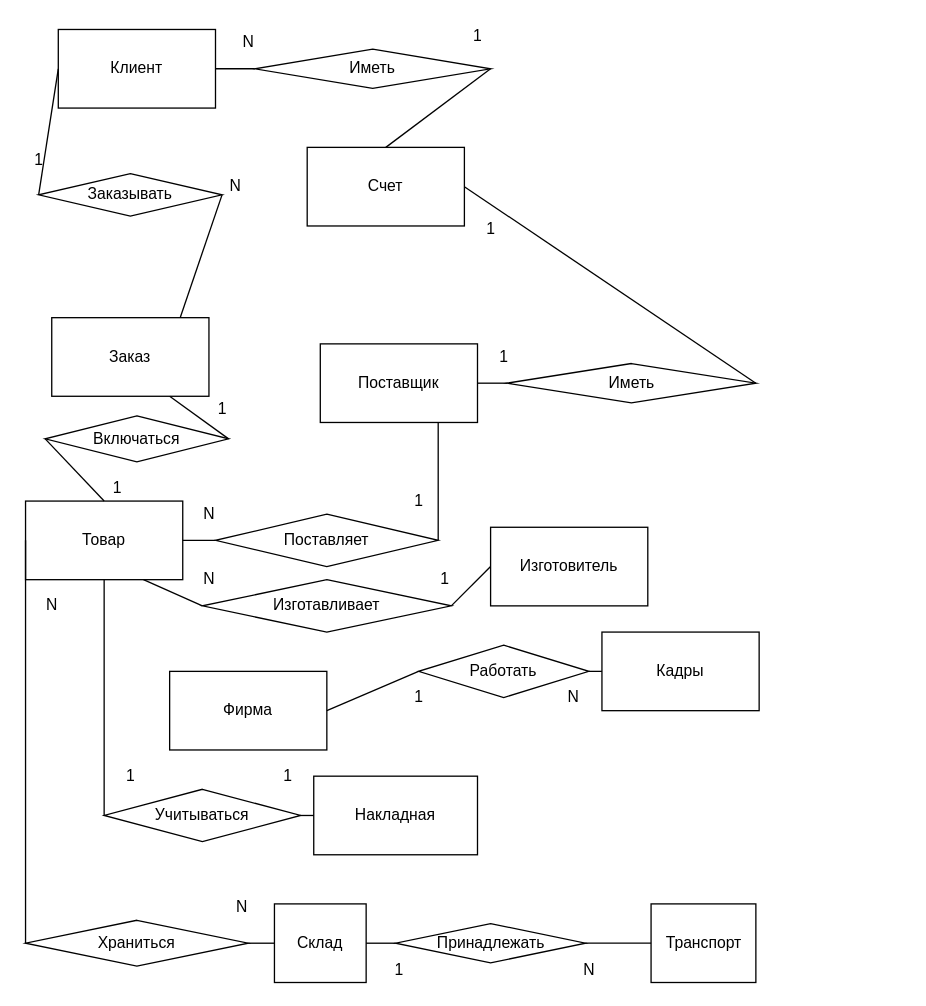
stanislaumich/1- keeps this draw.io diagram as Летняя/MASLAK_DIMA/основная малая диаграмма.drawio. Above is the earlier version. Source tidied: cells renumbered, new cells numbered last; positions are measured from the earlier drawing's top-left corner, leaving out a move shared by most shapes. Both pictures are drawn from the tidied source at 131%, with x=0, y=0 at pixel (25, 22).
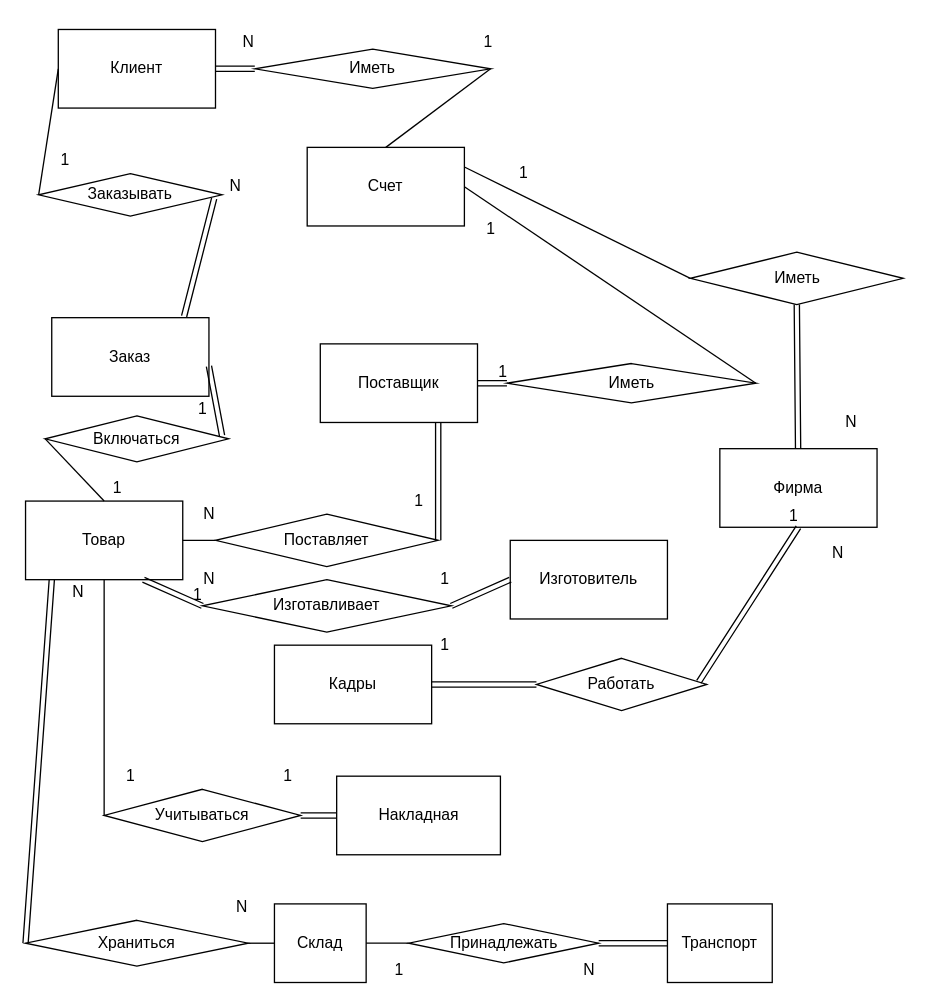
Above is the later version.

Unchanged cells that the change refers to:
```xml
<mxCell id="4" value="Клиент" style="rounded=0;whiteSpace=wrap;html=1;" parent="1" vertex="1">
  <mxGeometry x="25" y="5" width="120" height="60" as="geometry" />
</mxCell>
<mxCell id="6" value="Поставщик" style="rounded=0;whiteSpace=wrap;html=1;" parent="1" vertex="1">
  <mxGeometry x="225" y="245" width="120" height="60" as="geometry" />
</mxCell>
<mxCell id="7" value="Счет" style="rounded=0;whiteSpace=wrap;html=1;" parent="1" vertex="1">
  <mxGeometry x="215" y="95" width="120" height="60" as="geometry" />
</mxCell>
<mxCell id="9" value="Товар" style="rounded=0;whiteSpace=wrap;html=1;" parent="1" vertex="1">
  <mxGeometry y="365" width="120" height="60" as="geometry" />
</mxCell>
<mxCell id="11" value="Заказ" style="rounded=0;whiteSpace=wrap;html=1;" parent="1" vertex="1">
  <mxGeometry x="20" y="225" width="120" height="60" as="geometry" />
</mxCell>
<mxCell id="15" value="Иметь" style="rhombus;whiteSpace=wrap;html=1;" parent="1" vertex="1">
  <mxGeometry x="175" y="20" width="180" height="30" as="geometry" />
</mxCell>
<mxCell id="16" value="Иметь" style="rhombus;whiteSpace=wrap;html=1;" parent="1" vertex="1">
  <mxGeometry x="367.5" y="260" width="190" height="30" as="geometry" />
</mxCell>
<mxCell id="24" value="Храниться" style="rhombus;whiteSpace=wrap;html=1;" parent="1" vertex="1">
  <mxGeometry y="685" width="170" height="35" as="geometry" />
</mxCell>
<mxCell id="27" value="Учитываться&lt;br&gt;" style="rhombus;whiteSpace=wrap;html=1;" parent="1" vertex="1">
  <mxGeometry x="60" y="585" width="150" height="40" as="geometry" />
</mxCell>
<mxCell id="30" value="Включаться" style="rhombus;whiteSpace=wrap;html=1;" parent="1" vertex="1">
  <mxGeometry x="15" y="300" width="140" height="35" as="geometry" />
</mxCell>
<mxCell id="34" value="Заказывать" style="rhombus;whiteSpace=wrap;html=1;" parent="1" vertex="1">
  <mxGeometry x="10" y="115" width="140" height="32.5" as="geometry" />
</mxCell>
<mxCell id="36" value="Поставляет" style="rhombus;whiteSpace=wrap;html=1;" parent="1" vertex="1">
  <mxGeometry x="145" y="375" width="170" height="40" as="geometry" />
</mxCell>
<mxCell id="59" value="Изготавливает" style="rhombus;whiteSpace=wrap;html=1;" parent="1" vertex="1">
  <mxGeometry x="135" y="425" width="190" height="40" as="geometry" />
</mxCell>
```

Diff of the diagram source:
```diff
@@
     <mxCell id="2" value="Кадры" style="rounded=0;whiteSpace=wrap;html=1;" parent="1" vertex="1">
-      <mxGeometry x="440" y="465" width="120" height="60" as="geometry" />
+      <mxGeometry x="190" y="475" width="120" height="60" as="geometry" />
     </mxCell>
     <mxCell id="3" value="Фирма" style="rounded=0;whiteSpace=wrap;html=1;" parent="1" vertex="1">
-      <mxGeometry x="110" y="495" width="120" height="60" as="geometry" />
+      <mxGeometry x="530" y="325" width="120" height="60" as="geometry" />
     </mxCell>
@@
     <mxCell id="5" value="Накладная" style="rounded=0;whiteSpace=wrap;html=1;" parent="1" vertex="1">
-      <mxGeometry x="220" y="575" width="125" height="60" as="geometry" />
+      <mxGeometry x="237.5" y="575" width="125" height="60" as="geometry" />
     </mxCell>
@@
     <mxCell id="10" value="Транспорт" style="rounded=0;whiteSpace=wrap;html=1;" parent="1" vertex="1">
-      <mxGeometry x="477.5" y="672.5" width="80" height="60" as="geometry" />
+      <mxGeometry x="490" y="672.5" width="80" height="60" as="geometry" />
     </mxCell>
@@
     <mxCell id="12" value="Принадлежать" style="rhombus;whiteSpace=wrap;html=1;" parent="1" vertex="1">
-      <mxGeometry x="282.5" y="687.5" width="145" height="30" as="geometry" />
+      <mxGeometry x="292.5" y="687.5" width="145" height="30" as="geometry" />
     </mxCell>
@@
-    <mxCell id="14" style="endArrow=none;html=1;entryX=0;entryY=0.5;entryDx=0;entryDy=0;exitX=1;exitY=0.5;exitDx=0;exitDy=0;" parent="1" edge="1" source="12" target="10">
-      <mxGeometry relative="1" as="geometry" />
-    </mxCell>
@@
-    <mxCell id="19" style="endArrow=none;html=1;entryX=0;entryY=0.5;entryDx=0;entryDy=0;exitX=1;exitY=0.5;exitDx=0;exitDy=0;" parent="1" edge="1" source="6" target="16">
-      <mxGeometry relative="1" as="geometry" />
-    </mxCell>
-    <mxCell id="20" style="endArrow=none;html=1;entryX=1;entryY=0.5;entryDx=0;entryDy=0;exitX=0;exitY=0.5;exitDx=0;exitDy=0;" parent="1" edge="1" source="15" target="4">
-      <mxGeometry relative="1" as="geometry" />
-    </mxCell>
     <mxCell id="21" value="Работать" style="rhombus;whiteSpace=wrap;html=1;" parent="1" vertex="1">
-      <mxGeometry x="300" y="475" width="130" height="40" as="geometry" />
+      <mxGeometry x="390" y="485" width="130" height="40" as="geometry" />
     </mxCell>
-    <mxCell id="22" style="endArrow=none;html=1;entryX=0;entryY=0.5;entryDx=0;entryDy=0;exitX=1;exitY=0.5;exitDx=0;exitDy=0;" parent="1" edge="1" source="3" target="21">
-      <mxGeometry relative="1" as="geometry" />
-    </mxCell>
-    <mxCell id="23" style="endArrow=none;html=1;entryX=1;entryY=0.5;entryDx=0;entryDy=0;exitX=0;exitY=0.5;exitDx=0;exitDy=0;" parent="1" edge="1" source="2" target="21">
-      <mxGeometry relative="1" as="geometry" />
-    </mxCell>
@@
-    <mxCell id="25" style="endArrow=none;html=1;entryX=0;entryY=0.5;entryDx=0;entryDy=0;exitX=0;exitY=0.5;exitDx=0;exitDy=0;" parent="1" edge="1" source="24" target="9">
-      <mxGeometry relative="1" as="geometry" />
-    </mxCell>
@@
-    <mxCell id="28" style="endArrow=none;html=1;exitX=0;exitY=0.5;exitDx=0;exitDy=0;entryX=1;entryY=0.5;entryDx=0;entryDy=0;" parent="1" edge="1" source="5" target="27">
-      <mxGeometry relative="1" as="geometry" />
-    </mxCell>
@@
-    <mxCell id="32" style="endArrow=none;html=1;entryX=0.75;entryY=1;entryDx=0;entryDy=0;exitX=1;exitY=0.5;exitDx=0;exitDy=0;" parent="1" edge="1" source="30" target="11">
-      <mxGeometry relative="1" as="geometry" />
-    </mxCell>
@@
-    <mxCell id="35" style="endArrow=none;html=1;entryX=1;entryY=0.5;entryDx=0;entryDy=0;exitX=0.817;exitY=0;exitDx=0;exitDy=0;exitPerimeter=0;" parent="1" edge="1" source="11" target="34">
-      <mxGeometry relative="1" as="geometry" />
-    </mxCell>
@@
-    <mxCell id="38" style="endArrow=none;html=1;exitX=0.75;exitY=1;exitDx=0;exitDy=0;entryX=1;entryY=0.5;entryDx=0;entryDy=0;" parent="1" edge="1" source="6" target="36">
-      <mxGeometry relative="1" as="geometry" />
-    </mxCell>
     <mxCell id="39" value="1" style="text;html=1;align=center;verticalAlign=middle;strokeColor=none;" parent="1" vertex="1">
-      <mxGeometry x="140" y="285" width="20" height="20" as="geometry" />
+      <mxGeometry x="125" y="285" width="20" height="20" as="geometry" />
     </mxCell>
@@
     <mxCell id="41" value="1" style="text;html=1;align=center;verticalAlign=middle;strokeColor=none;" parent="1" vertex="1">
-      <mxGeometry y="95" width="20" height="20" as="geometry" />
+      <mxGeometry x="20" y="95" width="20" height="20" as="geometry" />
     </mxCell>
@@
     <mxCell id="44" value="1" style="text;html=1;align=center;verticalAlign=middle;strokeColor=none;" parent="1" vertex="1">
-      <mxGeometry x="290" y="505" width="20" height="20" as="geometry" />
+      <mxGeometry x="310" y="465" width="20" height="20" as="geometry" />
     </mxCell>
     <mxCell id="45" value="N" style="text;html=1;align=center;verticalAlign=middle;strokeColor=none;" parent="1" vertex="1">
-      <mxGeometry x="407.5" y="505" width="20" height="20" as="geometry" />
+      <mxGeometry x="610" y="395" width="20" height="20" as="geometry" />
     </mxCell>
@@
     <mxCell id="48" value="1" style="text;html=1;align=center;verticalAlign=middle;strokeColor=none;" parent="1" vertex="1">
-      <mxGeometry x="335" width="20" height="20" as="geometry" />
+      <mxGeometry x="342.5" y="5" width="20" height="20" as="geometry" />
     </mxCell>
@@
     <mxCell id="54" value="N" style="text;html=1;align=center;verticalAlign=middle;strokeColor=none;" parent="1" vertex="1">
-      <mxGeometry x="10" y="435" width="20" height="20" as="geometry" />
+      <mxGeometry x="30" y="425" width="20" height="20" as="geometry" />
     </mxCell>
@@
-    <mxCell id="56" value="1" style="text;html=1;align=center;verticalAlign=middle;strokeColor=none;" parent="1" vertex="1">
-      <mxGeometry x="355" y="245" width="20" height="20" as="geometry" />
-    </mxCell>
@@
-    <mxCell id="60" style="endArrow=none;html=1;exitX=0.75;exitY=1;exitDx=0;exitDy=0;entryX=0;entryY=0.5;entryDx=0;entryDy=0;" parent="1" edge="1" source="9" target="59">
-      <mxGeometry relative="1" as="geometry" />
-    </mxCell>
     <mxCell id="61" value="Изготовитель" style="rounded=0;whiteSpace=wrap;html=1;" parent="1" vertex="1">
-      <mxGeometry x="355" y="385" width="120" height="60" as="geometry" />
+      <mxGeometry x="370" y="395" width="120" height="60" as="geometry" />
     </mxCell>
-    <mxCell id="62" style="endArrow=none;html=1;entryX=0;entryY=0.5;entryDx=0;entryDy=0;exitX=1;exitY=0.5;exitDx=0;exitDy=0;" parent="1" edge="1" source="59" target="61">
-      <mxGeometry relative="1" as="geometry" />
-    </mxCell>
@@
+    <mxCell id="65" value="1&lt;br&gt;" style="text;html=1;align=center;verticalAlign=middle;strokeColor=none;" parent="1" vertex="1">
+      <mxGeometry x="370" y="105" width="20" height="20" as="geometry" />
+    </mxCell>
+    <mxCell id="66" value="Иметь" style="rhombus;whiteSpace=wrap;html=1;" parent="1" vertex="1">
+      <mxGeometry x="507.5" y="175" width="162.5" height="40" as="geometry" />
+    </mxCell>
+    <mxCell id="67" style="endArrow=none;html=1;entryX=0;entryY=0.5;entryDx=0;entryDy=0;exitX=1;exitY=0.25;exitDx=0;exitDy=0;" parent="1" edge="1" source="7" target="66">
+      <mxGeometry relative="1" as="geometry" />
+    </mxCell>
+    <mxCell id="68" value="N" style="text;html=1;align=center;verticalAlign=middle;strokeColor=none;" parent="1" vertex="1">
+      <mxGeometry x="620" y="295" width="20" height="20" as="geometry" />
+    </mxCell>
+    <mxCell id="69" style="shape=link;html=1;rounded=0;entryX=0;entryY=0.5;entryDx=0;entryDy=0;exitX=1;exitY=0.5;exitDx=0;exitDy=0;" parent="1" edge="1" source="27" target="5">
+      <mxGeometry relative="1" as="geometry" />
+    </mxCell>
+    <mxCell id="14" style="shape=link;html=1;rounded=0;exitX=1;exitY=0.5;exitDx=0;exitDy=0;entryX=0;entryY=0.5;entryDx=0;entryDy=0;" parent="1" edge="1" source="12" target="10">
+      <mxGeometry relative="1" as="geometry" />
+    </mxCell>
+    <mxCell id="25" style="shape=link;html=1;rounded=0;entryX=0.167;entryY=1;entryDx=0;entryDy=0;exitX=0;exitY=0.5;exitDx=0;exitDy=0;entryPerimeter=0;" parent="1" edge="1" source="24" target="9">
+      <mxGeometry relative="1" as="geometry" />
+    </mxCell>
+    <mxCell id="62" style="shape=link;html=1;rounded=0;entryX=0;entryY=0.5;entryDx=0;entryDy=0;exitX=1;exitY=0.5;exitDx=0;exitDy=0;" parent="1" edge="1" source="59" target="61">
+      <mxGeometry relative="1" as="geometry" />
+    </mxCell>
+    <mxCell id="60" style="shape=link;html=1;rounded=0;exitX=0.75;exitY=1;exitDx=0;exitDy=0;entryX=0;entryY=0.5;entryDx=0;entryDy=0;" parent="1" edge="1" source="9" target="59">
+      <mxGeometry relative="1" as="geometry" />
+    </mxCell>
+    <mxCell id="70" value="1" style="html=1;align=right;verticalAlign=bottom;" parent="60" vertex="1">
+      <mxGeometry x="1" relative="1" as="geometry" />
+    </mxCell>
+    <mxCell id="19" style="shape=link;html=1;rounded=0;exitX=1;exitY=0.5;exitDx=0;exitDy=0;entryX=0;entryY=0.5;entryDx=0;entryDy=0;" parent="1" edge="1" source="6" target="16">
+      <mxGeometry relative="1" as="geometry" />
+    </mxCell>
+    <mxCell id="71" value="1" style="html=1;align=right;verticalAlign=bottom;" parent="19" vertex="1">
+      <mxGeometry x="1" relative="1" as="geometry" />
+    </mxCell>
+    <mxCell id="72" style="shape=link;html=1;rounded=0;entryX=0.5;entryY=1;entryDx=0;entryDy=0;exitX=0.954;exitY=0.45;exitDx=0;exitDy=0;exitPerimeter=0;" parent="1" edge="1" source="21" target="3">
+      <mxGeometry relative="1" as="geometry" />
+    </mxCell>
+    <mxCell id="73" value="1" style="html=1;align=right;verticalAlign=bottom;" parent="72" vertex="1">
+      <mxGeometry x="1" relative="1" as="geometry" />
+    </mxCell>
+    <mxCell id="74" style="shape=link;html=1;rounded=0;entryX=0.5;entryY=1;entryDx=0;entryDy=0;" parent="1" edge="1" source="3" target="66">
+      <mxGeometry relative="1" as="geometry" />
+    </mxCell>
+    <mxCell id="23" style="shape=link;html=1;rounded=0;entryX=0;entryY=0.5;entryDx=0;entryDy=0;exitX=1;exitY=0.5;exitDx=0;exitDy=0;" parent="1" edge="1" source="2" target="21">
+      <mxGeometry relative="1" as="geometry" />
+    </mxCell>
+    <mxCell id="38" style="shape=link;html=1;rounded=0;entryX=1;entryY=0.5;entryDx=0;entryDy=0;exitX=0.75;exitY=1;exitDx=0;exitDy=0;" parent="1" edge="1" source="6" target="36">
+      <mxGeometry relative="1" as="geometry" />
+    </mxCell>
+    <mxCell id="75" style="shape=link;html=1;rounded=0;exitX=1;exitY=0.617;exitDx=0;exitDy=0;exitPerimeter=0;" parent="1" edge="1" source="11">
+      <mxGeometry relative="1" as="geometry">
+        <mxPoint x="150" y="315" as="targetPoint" />
+      </mxGeometry>
+    </mxCell>
+    <mxCell id="76" style="shape=link;html=1;rounded=0;exitX=1;exitY=0.5;exitDx=0;exitDy=0;" parent="1" edge="1" source="4" target="15">
+      <mxGeometry relative="1" as="geometry" />
+    </mxCell>
+    <mxCell id="77" style="shape=link;html=1;rounded=0;exitX=0.957;exitY=0.585;exitDx=0;exitDy=0;exitPerimeter=0;entryX=0.842;entryY=-0.017;entryDx=0;entryDy=0;entryPerimeter=0;" parent="1" edge="1" source="34" target="11">
+      <mxGeometry relative="1" as="geometry" />
+    </mxCell>
```
